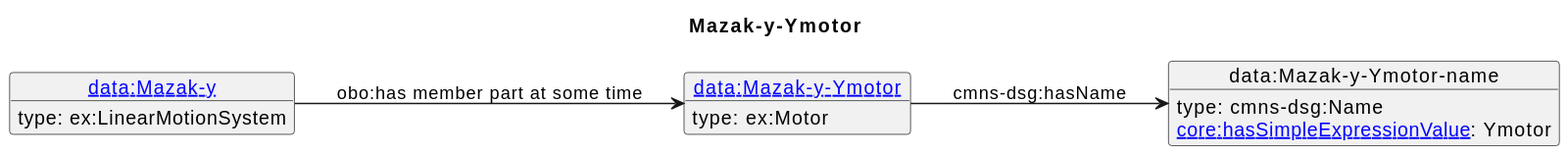
The PlantUML diagram diagrams/Mazak-y-Ymotor.svg in iofoundry/example-syseng-mtconnect, before a commit. The source it was exported from:
```plantuml
@startuml
skinparam linetype polyline
left to right direction
title Mazak-y-Ymotor
object "[[./Mazak-y-Ymotor.html data:Mazak-y-Ymotor]]" as o1 {
 type: ex:Motor
}
object "data:Mazak-y-Ymotor-name" as o2 {
 type: cmns-dsg:Name
}
object "[[./Mazak-y.html data:Mazak-y]]" as o3 {
 type: ex:LinearMotionSystem
}
o1 --> o2 : cmns-dsg:hasName
o2 : [[https://spec.industrialontologies.org/ontology/core/Core/hasSimpleExpressionValue core:hasSimpleExpressionValue]]: Ymotor
o3 --> o1 : obo:has member part at some time
@enduml
```
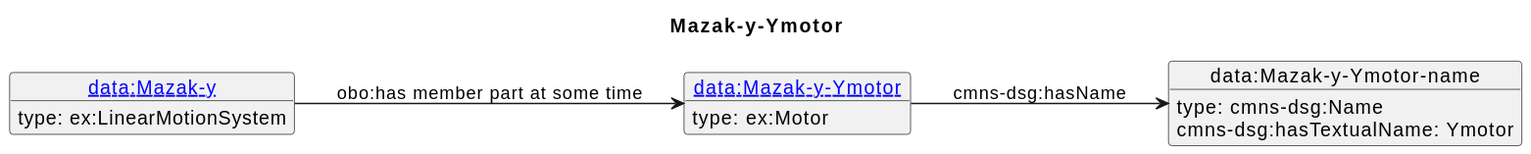
The same file after the commit.

The edit, as a diff of the source:
```diff
@@ -12,6 +12,6 @@
  type: ex:LinearMotionSystem
 }
 o1 --> o2 : cmns-dsg:hasName
-o2 : [[https://spec.industrialontologies.org/ontology/core/Core/hasSimpleExpressionValue core:hasSimpleExpressionValue]]: Ymotor
+o2 : cmns-dsg:hasTextualName: Ymotor
 o3 --> o1 : obo:has member part at some time
 @enduml
```
